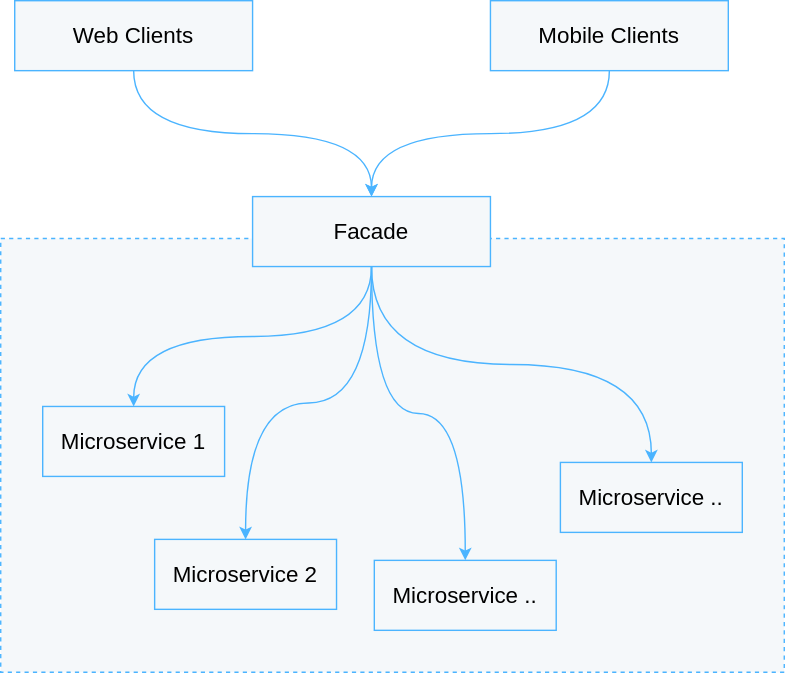
Before: static/images/tutorials/microservice_facade/facade_architecture_diagram1.svg, a diagram exported from draw.io (pip-services/pip-services-docs). Source tidied: cells renumbered, new cells last; positions are measured from the earlier drawing's top-left corner, leaving out a move shared by most shapes.
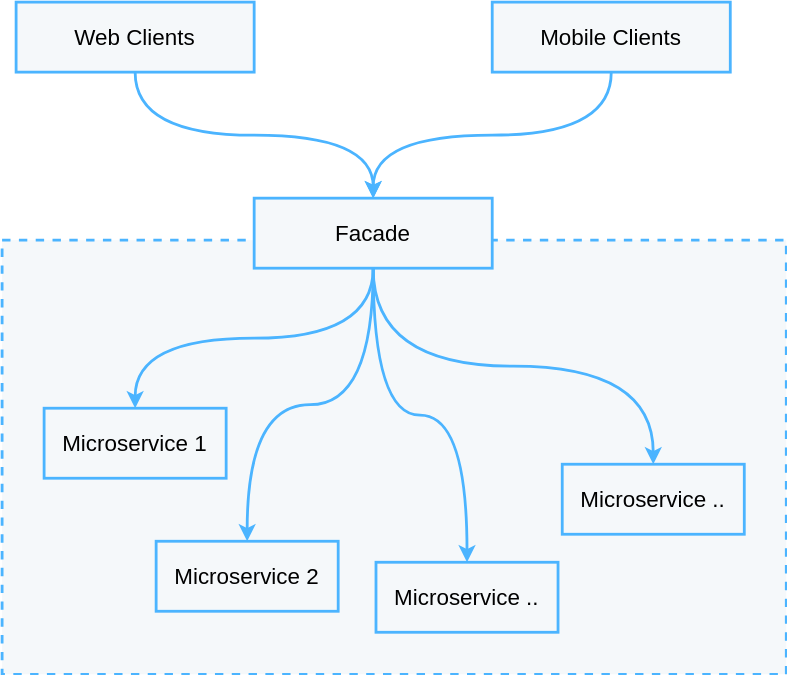
Later version of the same file.

The edit, as a diff of the source:
```diff
@@ -2,46 +2,46 @@
   <root>
     <mxCell id="0" />
     <mxCell id="1" parent="0" />
-    <mxCell id="2" value="Web Clients" style="rounded=0;whiteSpace=wrap;html=1;fontFamily=Helvetica;fontSize=16;strokeColor=#4BB4FF;fillColor=#F5F8FA;" parent="1" vertex="1">
+    <mxCell id="2" value="Web Clients" style="rounded=0;whiteSpace=wrap;html=1;fontFamily=Helvetica;fontSize=16;strokeColor=#4BB4FF;fillColor=#F5F8FA;strokeWidth=2;" parent="1" vertex="1">
       <mxGeometry x="10" width="170" height="50" as="geometry" />
     </mxCell>
-    <mxCell id="3" value="Mobile Clients" style="rounded=0;whiteSpace=wrap;html=1;fontFamily=Helvetica;fontSize=16;strokeColor=#4BB4FF;fillColor=#F5F8FA;" parent="1" vertex="1">
+    <mxCell id="3" value="Mobile Clients" style="rounded=0;whiteSpace=wrap;html=1;fontFamily=Helvetica;fontSize=16;strokeColor=#4BB4FF;fillColor=#F5F8FA;strokeWidth=2;" parent="1" vertex="1">
       <mxGeometry x="350" width="170" height="50" as="geometry" />
     </mxCell>
-    <mxCell id="4" style="rounded=0;whiteSpace=wrap;html=1;fontFamily=Helvetica;fontSize=16;strokeColor=#4BB4FF;fillColor=#F5F8FA;dashed=1;" parent="1" vertex="1">
+    <mxCell id="4" style="rounded=0;whiteSpace=wrap;html=1;fontFamily=Helvetica;fontSize=16;strokeColor=#4BB4FF;fillColor=#F5F8FA;dashed=1;strokeWidth=2;" parent="1" vertex="1">
       <mxGeometry y="170" width="560" height="310" as="geometry" />
     </mxCell>
-    <mxCell id="5" value="Facade" style="rounded=0;whiteSpace=wrap;html=1;fontFamily=Helvetica;fontSize=16;strokeColor=#4BB4FF;fillColor=#F5F8FA;" parent="1" vertex="1">
+    <mxCell id="5" value="Facade" style="rounded=0;whiteSpace=wrap;html=1;fontFamily=Helvetica;fontSize=16;strokeColor=#4BB4FF;fillColor=#F5F8FA;strokeWidth=2;" parent="1" vertex="1">
       <mxGeometry x="180" y="140" width="170" height="50" as="geometry" />
     </mxCell>
-    <mxCell id="6" value="Microservice 1" style="rounded=0;whiteSpace=wrap;html=1;fontFamily=Helvetica;fontSize=16;strokeColor=#4BB4FF;fillColor=#F5F8FA;" parent="1" vertex="1">
+    <mxCell id="6" value="Microservice 1" style="rounded=0;whiteSpace=wrap;html=1;fontFamily=Helvetica;fontSize=16;strokeColor=#4BB4FF;fillColor=#F5F8FA;strokeWidth=2;" parent="1" vertex="1">
       <mxGeometry x="30" y="290" width="130" height="50" as="geometry" />
     </mxCell>
-    <mxCell id="7" value="Microservice 2" style="rounded=0;whiteSpace=wrap;html=1;fontFamily=Helvetica;fontSize=16;strokeColor=#4BB4FF;fillColor=#F5F8FA;" parent="1" vertex="1">
+    <mxCell id="7" value="Microservice 2" style="rounded=0;whiteSpace=wrap;html=1;fontFamily=Helvetica;fontSize=16;strokeColor=#4BB4FF;fillColor=#F5F8FA;strokeWidth=2;" parent="1" vertex="1">
       <mxGeometry x="110" y="385" width="130" height="50" as="geometry" />
     </mxCell>
-    <mxCell id="8" value="Microservice .." style="rounded=0;whiteSpace=wrap;html=1;fontFamily=Helvetica;fontSize=16;strokeColor=#4BB4FF;fillColor=#F5F8FA;" parent="1" vertex="1">
+    <mxCell id="8" value="Microservice .." style="rounded=0;whiteSpace=wrap;html=1;fontFamily=Helvetica;fontSize=16;strokeColor=#4BB4FF;fillColor=#F5F8FA;strokeWidth=2;" parent="1" vertex="1">
       <mxGeometry x="267" y="400" width="130" height="50" as="geometry" />
     </mxCell>
-    <mxCell id="9" value="Microservice .." style="rounded=0;whiteSpace=wrap;html=1;fontFamily=Helvetica;fontSize=16;strokeColor=#4BB4FF;fillColor=#F5F8FA;" parent="1" vertex="1">
+    <mxCell id="9" value="Microservice .." style="rounded=0;whiteSpace=wrap;html=1;fontFamily=Helvetica;fontSize=16;strokeColor=#4BB4FF;fillColor=#F5F8FA;strokeWidth=2;" parent="1" vertex="1">
       <mxGeometry x="400" y="330" width="130" height="50" as="geometry" />
     </mxCell>
-    <mxCell id="10" style="endArrow=classic;html=1;rounded=0;fontFamily=Helvetica;fontSize=16;strokeColor=#4BB4FF;entryX=0.5;entryY=0;entryDx=0;entryDy=0;exitX=0.5;exitY=1;exitDx=0;exitDy=0;edgeStyle=orthogonalEdgeStyle;curved=1;" parent="1" edge="1" source="3" target="5">
+    <mxCell id="10" style="endArrow=classic;html=1;rounded=0;fontFamily=Helvetica;fontSize=16;strokeColor=#4BB4FF;entryX=0.5;entryY=0;entryDx=0;entryDy=0;exitX=0.5;exitY=1;exitDx=0;exitDy=0;edgeStyle=orthogonalEdgeStyle;curved=1;strokeWidth=2;" parent="1" edge="1" source="3" target="5">
       <mxGeometry relative="1" as="geometry" />
     </mxCell>
-    <mxCell id="11" style="endArrow=classic;html=1;rounded=0;fontFamily=Helvetica;fontSize=16;strokeColor=#4BB4FF;entryX=0.5;entryY=0;entryDx=0;entryDy=0;exitX=0.5;exitY=1;exitDx=0;exitDy=0;edgeStyle=orthogonalEdgeStyle;curved=1;" parent="1" edge="1" source="2" target="5">
+    <mxCell id="11" style="endArrow=classic;html=1;rounded=0;fontFamily=Helvetica;fontSize=16;strokeColor=#4BB4FF;entryX=0.5;entryY=0;entryDx=0;entryDy=0;exitX=0.5;exitY=1;exitDx=0;exitDy=0;edgeStyle=orthogonalEdgeStyle;curved=1;strokeWidth=2;" parent="1" edge="1" source="2" target="5">
       <mxGeometry relative="1" as="geometry" />
     </mxCell>
-    <mxCell id="12" style="endArrow=classic;html=1;rounded=0;fontFamily=Helvetica;fontSize=16;strokeColor=#4BB4FF;entryX=0.5;entryY=0;entryDx=0;entryDy=0;exitX=0.5;exitY=1;exitDx=0;exitDy=0;edgeStyle=orthogonalEdgeStyle;curved=1;" parent="1" edge="1" source="5" target="6">
+    <mxCell id="12" style="endArrow=classic;html=1;rounded=0;fontFamily=Helvetica;fontSize=16;strokeColor=#4BB4FF;entryX=0.5;entryY=0;entryDx=0;entryDy=0;exitX=0.5;exitY=1;exitDx=0;exitDy=0;edgeStyle=orthogonalEdgeStyle;curved=1;strokeWidth=2;" parent="1" edge="1" source="5" target="6">
       <mxGeometry relative="1" as="geometry" />
     </mxCell>
-    <mxCell id="13" style="endArrow=classic;html=1;rounded=0;fontFamily=Helvetica;fontSize=16;strokeColor=#4BB4FF;entryX=0.5;entryY=0;entryDx=0;entryDy=0;exitX=0.5;exitY=1;exitDx=0;exitDy=0;edgeStyle=orthogonalEdgeStyle;curved=1;" parent="1" edge="1" source="5" target="7">
+    <mxCell id="13" style="endArrow=classic;html=1;rounded=0;fontFamily=Helvetica;fontSize=16;strokeColor=#4BB4FF;entryX=0.5;entryY=0;entryDx=0;entryDy=0;exitX=0.5;exitY=1;exitDx=0;exitDy=0;edgeStyle=orthogonalEdgeStyle;curved=1;strokeWidth=2;" parent="1" edge="1" source="5" target="7">
       <mxGeometry relative="1" as="geometry" />
     </mxCell>
-    <mxCell id="14" style="endArrow=classic;html=1;rounded=0;fontFamily=Helvetica;fontSize=16;strokeColor=#4BB4FF;entryX=0.5;entryY=0;entryDx=0;entryDy=0;exitX=0.5;exitY=1;exitDx=0;exitDy=0;edgeStyle=orthogonalEdgeStyle;curved=1;" parent="1" edge="1" source="5" target="8">
+    <mxCell id="14" style="endArrow=classic;html=1;rounded=0;fontFamily=Helvetica;fontSize=16;strokeColor=#4BB4FF;entryX=0.5;entryY=0;entryDx=0;entryDy=0;exitX=0.5;exitY=1;exitDx=0;exitDy=0;edgeStyle=orthogonalEdgeStyle;curved=1;strokeWidth=2;" parent="1" edge="1" source="5" target="8">
       <mxGeometry relative="1" as="geometry" />
     </mxCell>
-    <mxCell id="15" style="endArrow=classic;html=1;rounded=0;fontFamily=Helvetica;fontSize=16;strokeColor=#4BB4FF;entryX=0.5;entryY=0;entryDx=0;entryDy=0;exitX=0.5;exitY=1;exitDx=0;exitDy=0;edgeStyle=orthogonalEdgeStyle;curved=1;" parent="1" edge="1" source="5" target="9">
+    <mxCell id="15" style="endArrow=classic;html=1;rounded=0;fontFamily=Helvetica;fontSize=16;strokeColor=#4BB4FF;entryX=0.5;entryY=0;entryDx=0;entryDy=0;exitX=0.5;exitY=1;exitDx=0;exitDy=0;edgeStyle=orthogonalEdgeStyle;curved=1;strokeWidth=2;" parent="1" edge="1" source="5" target="9">
       <mxGeometry relative="1" as="geometry" />
     </mxCell>
   </root>
```
